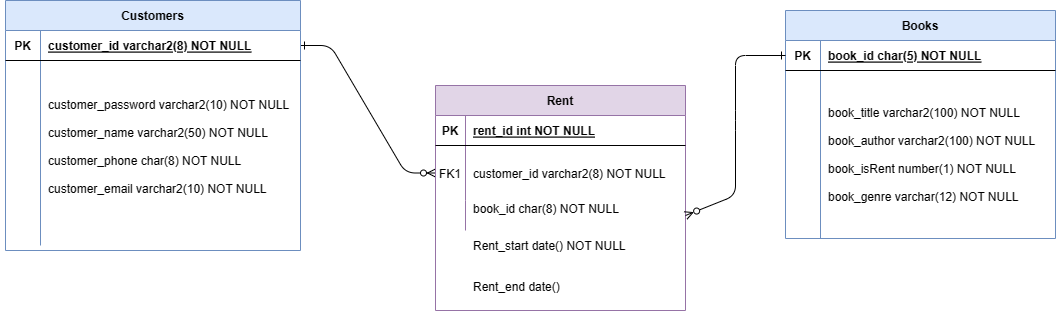
Before: BookRent 다이어그램.drawio.png, a diagram exported from draw.io (dmswlb/shinhan_project1). Source tidied: cells renumbered, new cells last; positions are measured from the earlier drawing's top-left corner, leaving out a move shared by most shapes.
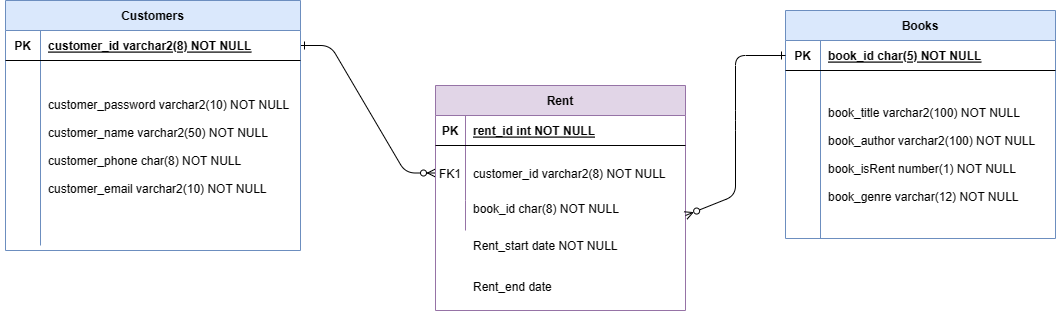
The same diagram one commit later.

Commit message:
BookRent 다이어그램.drawio.png 업데이트

Change to the diagram source:
```diff
@@ -99,10 +99,10 @@
         </Array>
       </mxGeometry>
     </mxCell>
-    <mxCell id="31" value="Rent_start date() NOT NULL" style="shape=partialRectangle;overflow=hidden;fillColor=none;top=0;left=0;bottom=0;right=0;align=left;spacingLeft=6;" parent="1" vertex="1">
+    <mxCell id="31" value="Rent_start date NOT NULL" style="shape=partialRectangle;overflow=hidden;fillColor=none;top=0;left=0;bottom=0;right=0;align=left;spacingLeft=6;" parent="1" vertex="1">
       <mxGeometry x="465" y="230" width="220" height="30" as="geometry" />
     </mxCell>
-    <mxCell id="32" value="Rent_end date() " style="shape=partialRectangle;overflow=hidden;fillColor=none;top=0;left=0;bottom=0;right=0;align=left;spacingLeft=6;" parent="1" vertex="1">
+    <mxCell id="32" value="Rent_end date" style="shape=partialRectangle;overflow=hidden;fillColor=none;top=0;left=0;bottom=0;right=0;align=left;spacingLeft=6;" parent="1" vertex="1">
       <mxGeometry x="465" y="271" width="220" height="30" as="geometry" />
     </mxCell>
   </root>
```
